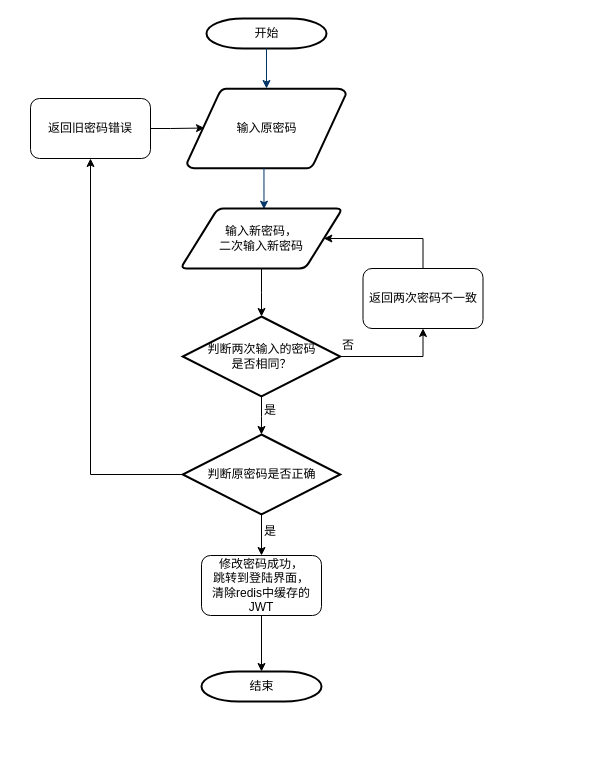
The draw.io diagram page "修改密码" (3 of 16) of 流程图.drawio in Gonod20s/Voice-Controlled-Robot, before the edit. Source tidied: cells renumbered, new cells numbered last; positions are measured from the earlier drawing's top-left corner, leaving out a move shared by most shapes. Both pictures are drawn from the tidied source at 100%, with x=0, y=0 at pixel (30, 18).
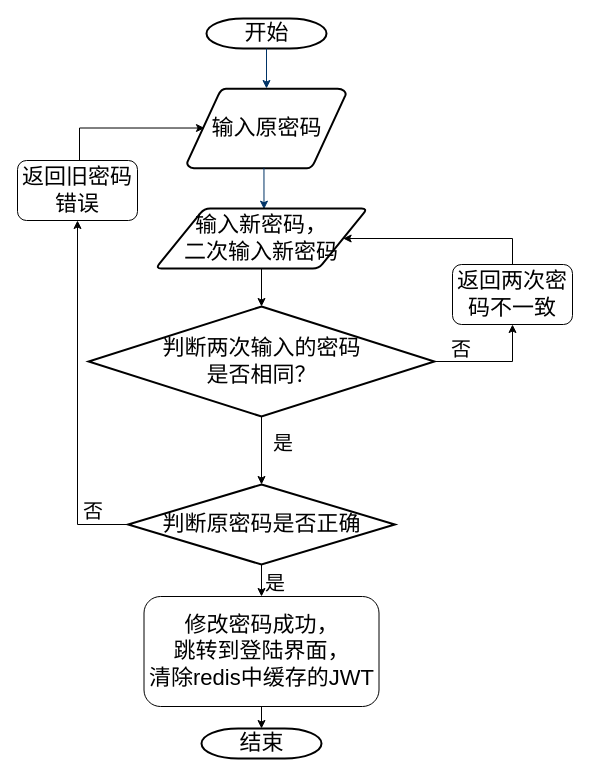
The same page after the edit.

The edit, as a diff of the source:
```diff
@@
-    <mxCell id="2" value="开始" style="shape=mxgraph.flowchart.terminator;strokeWidth=2;gradientColor=none;gradientDirection=north;fontStyle=0;html=1;" parent="1" vertex="1">
+    <mxCell id="2" value="&lt;font style=&quot;font-size: 22px;&quot;&gt;开始&lt;/font&gt;" style="shape=mxgraph.flowchart.terminator;strokeWidth=2;gradientColor=none;gradientDirection=north;fontStyle=0;html=1;" parent="1" vertex="1">
       <mxGeometry x="176" width="120" height="30" as="geometry" />
     </mxCell>
-    <mxCell id="3" value="输入原密码" style="shape=mxgraph.flowchart.data;strokeWidth=2;gradientColor=none;gradientDirection=north;fontStyle=0;html=1;" parent="1" vertex="1">
+    <mxCell id="3" value="&lt;font style=&quot;font-size: 22px;&quot;&gt;输入原密码&lt;/font&gt;" style="shape=mxgraph.flowchart.data;strokeWidth=2;gradientColor=none;gradientDirection=north;fontStyle=0;html=1;" parent="1" vertex="1">
       <mxGeometry x="156.5" y="70" width="159" height="80" as="geometry" />
     </mxCell>
@@
-    <mxCell id="9" value="判断两次输入的密码&lt;div&gt;是否相同？&lt;/div&gt;" style="shape=mxgraph.flowchart.decision;strokeWidth=2;gradientColor=none;gradientDirection=north;fontStyle=0;html=1;" parent="1" vertex="1">
-      <mxGeometry x="152.2" y="298" width="157.5" height="80" as="geometry" />
+    <mxCell id="9" value="&lt;font style=&quot;font-size: 22px;&quot;&gt;判断两次输入的密码&lt;/font&gt;&lt;div&gt;&lt;font style=&quot;font-size: 22px;&quot;&gt;是否相同？&lt;/font&gt;&lt;/div&gt;" style="shape=mxgraph.flowchart.decision;strokeWidth=2;gradientColor=none;gradientDirection=north;fontStyle=0;html=1;" parent="1" vertex="1">
+      <mxGeometry x="58.1" y="288" width="345.8" height="110" as="geometry" />
     </mxCell>
@@
-    <mxCell id="11" value="修改密码成功，&lt;div&gt;跳转到登陆界面，&lt;/div&gt;&lt;div&gt;清除redis中缓存的JWT&lt;/div&gt;" style="rounded=1;whiteSpace=wrap;html=1;" parent="1" vertex="1">
-      <mxGeometry x="171" y="537" width="120" height="60" as="geometry" />
+    <mxCell id="11" value="&lt;font style=&quot;font-size: 22px;&quot;&gt;修改密码成功，&lt;/font&gt;&lt;div&gt;&lt;font style=&quot;font-size: 22px;&quot;&gt;跳转到登陆界面，&lt;/font&gt;&lt;/div&gt;&lt;div&gt;&lt;font style=&quot;font-size: 22px;&quot;&gt;清除redis中缓存的JWT&lt;/font&gt;&lt;/div&gt;" style="rounded=1;whiteSpace=wrap;html=1;" parent="1" vertex="1">
+      <mxGeometry x="113.5" y="578" width="235" height="110" as="geometry" />
     </mxCell>
-    <mxCell id="12" value="是" style="text;fontStyle=0;html=1;strokeColor=none;gradientColor=none;fillColor=none;strokeWidth=2;" parent="1" vertex="1">
-      <mxGeometry x="232" y="378" width="40" height="26" as="geometry" />
+    <mxCell id="12" value="&lt;font style=&quot;font-size: 20px;&quot;&gt;是&lt;/font&gt;" style="text;fontStyle=0;html=1;strokeColor=none;gradientColor=none;fillColor=none;strokeWidth=2;" parent="1" vertex="1">
+      <mxGeometry x="241" y="406" width="40" height="26" as="geometry" />
     </mxCell>
-    <mxCell id="13" value="结束" style="shape=mxgraph.flowchart.terminator;strokeWidth=2;gradientColor=none;gradientDirection=north;fontStyle=0;html=1;" parent="1" vertex="1">
-      <mxGeometry x="171" y="653" width="120" height="30" as="geometry" />
+    <mxCell id="13" value="&lt;font style=&quot;font-size: 22px;&quot;&gt;结束&lt;/font&gt;" style="shape=mxgraph.flowchart.terminator;strokeWidth=2;gradientColor=none;gradientDirection=north;fontStyle=0;html=1;" parent="1" vertex="1">
+      <mxGeometry x="171" y="710" width="120" height="30" as="geometry" />
     </mxCell>
-    <mxCell id="14" value="输入新密码，&lt;div&gt;二次输入新密码&lt;/div&gt;" style="shape=parallelogram;html=1;strokeWidth=2;perimeter=parallelogramPerimeter;whiteSpace=wrap;rounded=1;arcSize=12;size=0.23;" parent="1" vertex="1">
-      <mxGeometry x="150" y="190" width="162" height="60" as="geometry" />
+    <mxCell id="14" value="&lt;font style=&quot;font-size: 22px;&quot;&gt;输入新密码，&lt;/font&gt;&lt;div&gt;&lt;font style=&quot;font-size: 22px;&quot;&gt;二次输入新密码&lt;/font&gt;&lt;/div&gt;" style="shape=parallelogram;html=1;strokeWidth=2;perimeter=parallelogramPerimeter;whiteSpace=wrap;rounded=1;arcSize=12;size=0.23;" parent="1" vertex="1">
+      <mxGeometry x="125" y="190" width="212" height="60" as="geometry" />
     </mxCell>
     <mxCell id="15" style="edgeStyle=orthogonalEdgeStyle;rounded=0;jettySize=auto;html=1;entryX=1;entryY=0.5;entryDx=0;entryDy=0;exitX=0.5;exitY=0;exitDx=0;exitDy=0;" parent="1" edge="1" source="16" target="14">
-      <mxGeometry relative="1" as="geometry" />
+      <mxGeometry relative="1" as="geometry">
+        <Array as="points">
+          <mxPoint x="482" y="220" />
+        </Array>
+      </mxGeometry>
     </mxCell>
-    <mxCell id="16" value="返回两次密码不一致" style="rounded=1;whiteSpace=wrap;html=1;" parent="1" vertex="1">
-      <mxGeometry x="332.5" y="250" width="120" height="60" as="geometry" />
+    <mxCell id="16" value="&lt;font style=&quot;font-size: 22px;&quot;&gt;返回两次密码不一致&lt;/font&gt;" style="rounded=1;whiteSpace=wrap;html=1;" parent="1" vertex="1">
+      <mxGeometry x="422" y="246" width="120" height="60" as="geometry" />
     </mxCell>
-    <mxCell id="17" value="否" style="text;fontStyle=0;html=1;strokeColor=none;gradientColor=none;fillColor=none;strokeWidth=2;" parent="1" vertex="1">
-      <mxGeometry x="309.8" y="313" width="40" height="26" as="geometry" />
+    <mxCell id="17" value="&lt;font style=&quot;font-size: 20px;&quot;&gt;否&lt;/font&gt;" style="text;fontStyle=0;html=1;strokeColor=none;gradientColor=none;fillColor=none;strokeWidth=2;" parent="1" vertex="1">
+      <mxGeometry x="419" y="312" width="40" height="26" as="geometry" />
     </mxCell>
@@
     <mxCell id="19" style="edgeStyle=orthogonalEdgeStyle;rounded=0;jettySize=auto;html=1;entryX=0.5;entryY=1;entryDx=0;entryDy=0;" parent="1" edge="1" source="20" target="23">
-      <mxGeometry relative="1" as="geometry" />
+      <mxGeometry relative="1" as="geometry">
+        <Array as="points">
+          <mxPoint x="47" y="506" />
+        </Array>
+      </mxGeometry>
     </mxCell>
-    <mxCell id="20" value="判断原密码是否正确" style="shape=mxgraph.flowchart.decision;strokeWidth=2;gradientColor=none;gradientDirection=north;fontStyle=0;html=1;" parent="1" vertex="1">
-      <mxGeometry x="152.2" y="416" width="157.5" height="80" as="geometry" />
+    <mxCell id="20" value="&lt;font style=&quot;font-size: 22px;&quot;&gt;判断原密码是否正确&lt;/font&gt;" style="shape=mxgraph.flowchart.decision;strokeWidth=2;gradientColor=none;gradientDirection=north;fontStyle=0;html=1;" parent="1" vertex="1">
+      <mxGeometry x="97.6" y="466" width="266.8" height="80" as="geometry" />
     </mxCell>
-    <mxCell id="21" value="是" style="text;fontStyle=0;html=1;strokeColor=none;gradientColor=none;fillColor=none;strokeWidth=2;" parent="1" vertex="1">
-      <mxGeometry x="232" y="499" width="40" height="26" as="geometry" />
+    <mxCell id="21" value="&lt;font style=&quot;font-size: 20px;&quot;&gt;是&lt;/font&gt;" style="text;fontStyle=0;html=1;strokeColor=none;gradientColor=none;fillColor=none;strokeWidth=2;" parent="1" vertex="1">
+      <mxGeometry x="233" y="546" width="40" height="26" as="geometry" />
     </mxCell>
     <mxCell id="22" style="edgeStyle=orthogonalEdgeStyle;rounded=0;jettySize=auto;html=1;entryX=0.11;entryY=0.494;entryDx=0;entryDy=0;entryPerimeter=0;" parent="1" edge="1" source="23" target="3">
-      <mxGeometry relative="1" as="geometry" />
+      <mxGeometry relative="1" as="geometry">
+        <Array as="points">
+          <mxPoint x="49" y="110" />
+        </Array>
+      </mxGeometry>
     </mxCell>
-    <mxCell id="23" value="返回旧密码错误" style="rounded=1;whiteSpace=wrap;html=1;" parent="1" vertex="1">
-      <mxGeometry y="80" width="120" height="60" as="geometry" />
+    <mxCell id="23" value="&lt;font style=&quot;font-size: 22px;&quot;&gt;返回旧密码错误&lt;/font&gt;" style="rounded=1;whiteSpace=wrap;html=1;" parent="1" vertex="1">
+      <mxGeometry x="-13" y="142" width="120" height="60" as="geometry" />
     </mxCell>
+    <mxCell id="24" value="&lt;font style=&quot;font-size: 20px;&quot;&gt;否&lt;/font&gt;" style="text;fontStyle=0;html=1;strokeColor=none;gradientColor=none;fillColor=none;strokeWidth=2;" parent="1" vertex="1">
+      <mxGeometry x="51" y="474" width="40" height="26" as="geometry" />
+    </mxCell>
```
